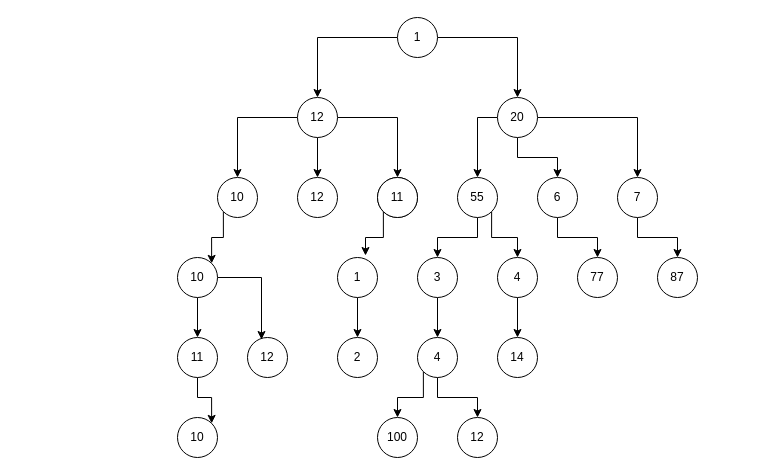
Luchit0-afk/Diagramas keeps this draw.io diagram as Arbol.drawio. Above is the earlier version. Source tidied: cells renumbered, new cells numbered last; positions are measured from the earlier drawing's top-left corner, leaving out a move shared by most shapes. Both pictures are drawn from the tidied source at 100%, with x=0, y=0 at pixel (177, 17).
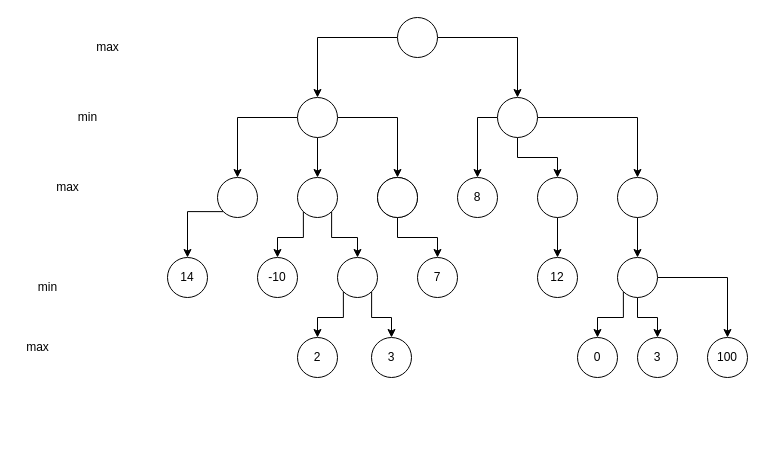
The same page after the edit.

What changed in the source:
```diff
@@
-    <mxCell id="5" value="12" style="ellipse;whiteSpace=wrap;html=1;" parent="1" vertex="1">
+    <mxCell id="5" style="ellipse;whiteSpace=wrap;html=1;" parent="1" vertex="1">
       <mxGeometry x="120" y="80" width="40" height="40" as="geometry" />
     </mxCell>
@@
-    <mxCell id="8" value="1" style="ellipse;whiteSpace=wrap;html=1;" parent="1" vertex="1">
+    <mxCell id="8" style="ellipse;whiteSpace=wrap;html=1;" parent="1" vertex="1">
       <mxGeometry x="220" width="40" height="40" as="geometry" />
     </mxCell>
@@
-    <mxCell id="12" value="20" style="ellipse;whiteSpace=wrap;html=1;" parent="1" vertex="1">
+    <mxCell id="12" style="ellipse;whiteSpace=wrap;html=1;" parent="1" vertex="1">
       <mxGeometry x="320" y="80" width="40" height="40" as="geometry" />
     </mxCell>
-    <mxCell id="13" style="edgeStyle=orthogonalEdgeStyle;rounded=0;jettySize=auto;html=1;exitX=0;exitY=1;exitDx=0;exitDy=0;entryX=1;entryY=0;entryDx=0;entryDy=0;" parent="1" edge="1" source="14" target="31">
-      <mxGeometry relative="1" as="geometry" />
-    </mxCell>
+    <mxCell id="48" style="edgeStyle=orthogonalEdgeStyle;rounded=0;jettySize=auto;html=1;exitX=0;exitY=1;exitDx=0;exitDy=0;entryX=0.5;entryY=0;entryDx=0;entryDy=0;" parent="1" edge="1" source="14" target="38">
+      <mxGeometry relative="1" as="geometry" />
+    </mxCell>
-    <mxCell id="14" value="10" style="ellipse;whiteSpace=wrap;html=1;" parent="1" vertex="1">
+    <mxCell id="14" style="ellipse;whiteSpace=wrap;html=1;" parent="1" vertex="1">
       <mxGeometry x="40" y="160" width="40" height="40" as="geometry" />
     </mxCell>
+    <mxCell id="49" style="edgeStyle=orthogonalEdgeStyle;rounded=0;jettySize=auto;html=1;exitX=0;exitY=1;exitDx=0;exitDy=0;entryX=0.5;entryY=0;entryDx=0;entryDy=0;" parent="1" edge="1" source="15" target="56">
+      <mxGeometry relative="1" as="geometry" />
+    </mxCell>
+    <mxCell id="50" style="edgeStyle=orthogonalEdgeStyle;rounded=0;jettySize=auto;html=1;exitX=1;exitY=1;exitDx=0;exitDy=0;entryX=0.5;entryY=0;entryDx=0;entryDy=0;" parent="1" edge="1" source="15" target="59">
+      <mxGeometry relative="1" as="geometry" />
+    </mxCell>
-    <mxCell id="15" value="12" style="ellipse;whiteSpace=wrap;html=1;" parent="1" vertex="1">
+    <mxCell id="15" style="ellipse;whiteSpace=wrap;html=1;" parent="1" vertex="1">
       <mxGeometry x="120" y="160" width="40" height="40" as="geometry" />
     </mxCell>
@@
-    <mxCell id="17" style="edgeStyle=orthogonalEdgeStyle;rounded=0;jettySize=auto;html=1;exitX=0.5;exitY=1;exitDx=0;exitDy=0;entryX=0.5;entryY=0;entryDx=0;entryDy=0;" parent="1" edge="1" source="19" target="33">
-      <mxGeometry relative="1" as="geometry" />
-    </mxCell>
-    <mxCell id="18" style="edgeStyle=orthogonalEdgeStyle;rounded=0;jettySize=auto;html=1;exitX=1;exitY=1;exitDx=0;exitDy=0;" parent="1" edge="1" source="19" target="35">
-      <mxGeometry relative="1" as="geometry" />
-    </mxCell>
-    <mxCell id="19" value="55" style="ellipse;whiteSpace=wrap;html=1;" parent="1" vertex="1">
+    <mxCell id="19" value="8" style="ellipse;whiteSpace=wrap;html=1;" parent="1" vertex="1">
       <mxGeometry x="280" y="160" width="40" height="40" as="geometry" />
     </mxCell>
-    <mxCell id="20" style="edgeStyle=orthogonalEdgeStyle;rounded=0;jettySize=auto;html=1;exitX=0.5;exitY=1;exitDx=0;exitDy=0;entryX=0.5;entryY=0;entryDx=0;entryDy=0;" parent="1" edge="1" source="21" target="36">
-      <mxGeometry relative="1" as="geometry" />
-    </mxCell>
+    <mxCell id="51" style="edgeStyle=orthogonalEdgeStyle;rounded=0;jettySize=auto;html=1;exitX=0.5;exitY=1;exitDx=0;exitDy=0;" parent="1" edge="1" source="21" target="64">
+      <mxGeometry relative="1" as="geometry" />
+    </mxCell>
-    <mxCell id="21" value="6" style="ellipse;whiteSpace=wrap;html=1;" parent="1" vertex="1">
+    <mxCell id="21" style="ellipse;whiteSpace=wrap;html=1;" parent="1" vertex="1">
       <mxGeometry x="360" y="160" width="40" height="40" as="geometry" />
     </mxCell>
-    <mxCell id="22" style="edgeStyle=orthogonalEdgeStyle;rounded=0;jettySize=auto;html=1;exitX=0.5;exitY=1;exitDx=0;exitDy=0;entryX=0.5;entryY=0;entryDx=0;entryDy=0;" parent="1" edge="1" source="23" target="37">
-      <mxGeometry relative="1" as="geometry" />
-    </mxCell>
+    <mxCell id="52" style="edgeStyle=orthogonalEdgeStyle;rounded=0;jettySize=auto;html=1;exitX=0.5;exitY=1;exitDx=0;exitDy=0;entryX=0.5;entryY=0;entryDx=0;entryDy=0;" parent="1" edge="1" source="23" target="63">
+      <mxGeometry relative="1" as="geometry" />
+    </mxCell>
-    <mxCell id="23" value="7" style="ellipse;whiteSpace=wrap;html=1;" parent="1" vertex="1">
+    <mxCell id="23" style="ellipse;whiteSpace=wrap;html=1;" parent="1" vertex="1">
       <mxGeometry x="440" y="160" width="40" height="40" as="geometry" />
     </mxCell>
-    <mxCell id="24" style="edgeStyle=orthogonalEdgeStyle;rounded=0;jettySize=auto;html=1;exitX=0;exitY=1;exitDx=0;exitDy=0;entryX=0.7;entryY=-0.05;entryDx=0;entryDy=0;entryPerimeter=0;" parent="1" edge="1" source="25" target="27">
-      <mxGeometry relative="1" as="geometry" />
-    </mxCell>
+    <mxCell id="53" style="edgeStyle=orthogonalEdgeStyle;rounded=0;jettySize=auto;html=1;exitX=0.5;exitY=1;exitDx=0;exitDy=0;entryX=0.5;entryY=0;entryDx=0;entryDy=0;" parent="1" edge="1" source="25" target="65">
+      <mxGeometry relative="1" as="geometry" />
+    </mxCell>
-    <mxCell id="25" value="11" style="ellipse;whiteSpace=wrap;html=1;" parent="1" vertex="1">
+    <mxCell id="25" style="ellipse;whiteSpace=wrap;html=1;" parent="1" vertex="1">
       <mxGeometry x="200" y="160" width="40" height="40" as="geometry" />
     </mxCell>
-    <mxCell id="26" style="edgeStyle=orthogonalEdgeStyle;rounded=0;jettySize=auto;html=1;exitX=0.5;exitY=1;exitDx=0;exitDy=0;" parent="1" edge="1" source="27" target="42">
-      <mxGeometry relative="1" as="geometry" />
-    </mxCell>
-    <mxCell id="27" value="1" style="ellipse;whiteSpace=wrap;html=1;" parent="1" vertex="1">
-      <mxGeometry x="160" y="240" width="40" height="40" as="geometry" />
-    </mxCell>
-    <mxCell id="28" value="12" style="ellipse;whiteSpace=wrap;html=1;" parent="1" vertex="1">
-      <mxGeometry x="70" y="320" width="40" height="40" as="geometry" />
-    </mxCell>
-    <mxCell id="29" style="edgeStyle=orthogonalEdgeStyle;rounded=0;jettySize=auto;html=1;exitX=0.5;exitY=1;exitDx=0;exitDy=0;entryX=0.5;entryY=0;entryDx=0;entryDy=0;" parent="1" edge="1" source="31" target="45">
-      <mxGeometry relative="1" as="geometry" />
-    </mxCell>
-    <mxCell id="30" style="edgeStyle=orthogonalEdgeStyle;rounded=0;jettySize=auto;html=1;exitX=1;exitY=0.5;exitDx=0;exitDy=0;entryX=0.35;entryY=0.05;entryDx=0;entryDy=0;entryPerimeter=0;" parent="1" edge="1" source="31" target="28">
-      <mxGeometry relative="1" as="geometry" />
-    </mxCell>
-    <mxCell id="31" value="10" style="ellipse;whiteSpace=wrap;html=1;" parent="1" vertex="1">
-      <mxGeometry y="240" width="40" height="40" as="geometry" />
-    </mxCell>
-    <mxCell id="32" style="edgeStyle=orthogonalEdgeStyle;rounded=0;jettySize=auto;html=1;exitX=0.5;exitY=1;exitDx=0;exitDy=0;entryX=0.5;entryY=0;entryDx=0;entryDy=0;" parent="1" edge="1" source="33" target="41">
-      <mxGeometry relative="1" as="geometry" />
-    </mxCell>
-    <mxCell id="33" value="3" style="ellipse;whiteSpace=wrap;html=1;" parent="1" vertex="1">
-      <mxGeometry x="240" y="240" width="40" height="40" as="geometry" />
-    </mxCell>
-    <mxCell id="34" style="edgeStyle=orthogonalEdgeStyle;rounded=0;jettySize=auto;html=1;exitX=0.5;exitY=1;exitDx=0;exitDy=0;entryX=0.5;entryY=0;entryDx=0;entryDy=0;" parent="1" edge="1" source="35" target="38">
-      <mxGeometry relative="1" as="geometry" />
-    </mxCell>
-    <mxCell id="35" value="4" style="ellipse;whiteSpace=wrap;html=1;" parent="1" vertex="1">
-      <mxGeometry x="320" y="240" width="40" height="40" as="geometry" />
-    </mxCell>
-    <mxCell id="36" value="77" style="ellipse;whiteSpace=wrap;html=1;" parent="1" vertex="1">
-      <mxGeometry x="400" y="240" width="40" height="40" as="geometry" />
-    </mxCell>
-    <mxCell id="37" value="87" style="ellipse;whiteSpace=wrap;html=1;" parent="1" vertex="1">
-      <mxGeometry x="480" y="240" width="40" height="40" as="geometry" />
-    </mxCell>
+    <mxCell id="54" value="min" style="text;html=1;align=center;verticalAlign=middle;strokeColor=none;" parent="1" vertex="1">
+      <mxGeometry x="-105" y="90" width="30" height="20" as="geometry" />
+    </mxCell>
+    <mxCell id="55" value="max" style="text;html=1;align=center;verticalAlign=middle;strokeColor=none;" parent="1" vertex="1">
+      <mxGeometry x="-90" y="20" width="40" height="20" as="geometry" />
+    </mxCell>
     <mxCell id="38" value="14" style="ellipse;whiteSpace=wrap;html=1;" parent="1" vertex="1">
-      <mxGeometry x="320" y="320" width="40" height="40" as="geometry" />
+      <mxGeometry x="-10" y="240" width="40" height="40" as="geometry" />
     </mxCell>
-    <mxCell id="39" style="edgeStyle=orthogonalEdgeStyle;rounded=0;jettySize=auto;html=1;exitX=0.5;exitY=1;exitDx=0;exitDy=0;" parent="1" edge="1" source="41" target="47">
-      <mxGeometry relative="1" as="geometry" />
-    </mxCell>
-    <mxCell id="40" style="edgeStyle=orthogonalEdgeStyle;rounded=0;jettySize=auto;html=1;exitX=0;exitY=1;exitDx=0;exitDy=0;entryX=0.5;entryY=0;entryDx=0;entryDy=0;" parent="1" edge="1" source="41" target="46">
-      <mxGeometry relative="1" as="geometry" />
-    </mxCell>
-    <mxCell id="41" value="4" style="ellipse;whiteSpace=wrap;html=1;" parent="1" vertex="1">
-      <mxGeometry x="240" y="320" width="40" height="40" as="geometry" />
-    </mxCell>
+    <mxCell id="56" value="-10" style="ellipse;whiteSpace=wrap;html=1;" parent="1" vertex="1">
+      <mxGeometry x="80" y="240" width="40" height="40" as="geometry" />
+    </mxCell>
+    <mxCell id="57" style="edgeStyle=orthogonalEdgeStyle;rounded=0;jettySize=auto;html=1;exitX=0;exitY=1;exitDx=0;exitDy=0;entryX=0.5;entryY=0;entryDx=0;entryDy=0;" parent="1" edge="1" source="59" target="42">
+      <mxGeometry relative="1" as="geometry" />
+    </mxCell>
+    <mxCell id="58" style="edgeStyle=orthogonalEdgeStyle;rounded=0;jettySize=auto;html=1;exitX=1;exitY=1;exitDx=0;exitDy=0;entryX=0.5;entryY=0;entryDx=0;entryDy=0;" parent="1" edge="1" source="59" target="66">
+      <mxGeometry relative="1" as="geometry" />
+    </mxCell>
+    <mxCell id="59" style="ellipse;whiteSpace=wrap;html=1;" parent="1" vertex="1">
+      <mxGeometry x="160" y="240" width="40" height="40" as="geometry" />
+    </mxCell>
+    <mxCell id="60" style="edgeStyle=orthogonalEdgeStyle;rounded=0;jettySize=auto;html=1;exitX=0;exitY=1;exitDx=0;exitDy=0;entryX=0.5;entryY=0;entryDx=0;entryDy=0;" parent="1" edge="1" source="63" target="67">
+      <mxGeometry relative="1" as="geometry" />
+    </mxCell>
+    <mxCell id="61" style="edgeStyle=orthogonalEdgeStyle;rounded=0;jettySize=auto;html=1;exitX=0.5;exitY=1;exitDx=0;exitDy=0;entryX=0.5;entryY=0;entryDx=0;entryDy=0;" parent="1" edge="1" source="63" target="68">
+      <mxGeometry relative="1" as="geometry" />
+    </mxCell>
+    <mxCell id="62" style="edgeStyle=orthogonalEdgeStyle;rounded=0;jettySize=auto;html=1;exitX=1;exitY=0.5;exitDx=0;exitDy=0;entryX=0.5;entryY=0;entryDx=0;entryDy=0;" parent="1" edge="1" source="63" target="46">
+      <mxGeometry relative="1" as="geometry" />
+    </mxCell>
+    <mxCell id="63" style="ellipse;whiteSpace=wrap;html=1;" parent="1" vertex="1">
+      <mxGeometry x="440" y="240" width="40" height="40" as="geometry" />
+    </mxCell>
+    <mxCell id="64" value="12" style="ellipse;whiteSpace=wrap;html=1;" parent="1" vertex="1">
+      <mxGeometry x="360" y="240" width="40" height="40" as="geometry" />
+    </mxCell>
+    <mxCell id="65" value="7" style="ellipse;whiteSpace=wrap;html=1;" parent="1" vertex="1">
+      <mxGeometry x="240" y="240" width="40" height="40" as="geometry" />
+    </mxCell>
+    <mxCell id="66" value="3" style="ellipse;whiteSpace=wrap;html=1;" parent="1" vertex="1">
+      <mxGeometry x="194" y="320" width="40" height="40" as="geometry" />
+    </mxCell>
     <mxCell id="42" value="2" style="ellipse;whiteSpace=wrap;html=1;" parent="1" vertex="1">
-      <mxGeometry x="160" y="320" width="40" height="40" as="geometry" />
+      <mxGeometry x="120" y="320" width="40" height="40" as="geometry" />
     </mxCell>
-    <mxCell id="43" value="10" style="ellipse;whiteSpace=wrap;html=1;" parent="1" vertex="1">
-      <mxGeometry y="400" width="40" height="40" as="geometry" />
-    </mxCell>
-    <mxCell id="44" style="edgeStyle=orthogonalEdgeStyle;rounded=0;jettySize=auto;html=1;exitX=0.5;exitY=1;exitDx=0;exitDy=0;entryX=1;entryY=0;entryDx=0;entryDy=0;" parent="1" edge="1" source="45" target="43">
-      <mxGeometry relative="1" as="geometry" />
-    </mxCell>
-    <mxCell id="45" value="11" style="ellipse;whiteSpace=wrap;html=1;" parent="1" vertex="1">
-      <mxGeometry y="320" width="40" height="40" as="geometry" />
-    </mxCell>
+    <mxCell id="67" value="0" style="ellipse;whiteSpace=wrap;html=1;" parent="1" vertex="1">
+      <mxGeometry x="400" y="320" width="40" height="40" as="geometry" />
+    </mxCell>
     <mxCell id="46" value="100" style="ellipse;whiteSpace=wrap;html=1;" parent="1" vertex="1">
-      <mxGeometry x="200" y="400" width="40" height="40" as="geometry" />
+      <mxGeometry x="530" y="320" width="40" height="40" as="geometry" />
     </mxCell>
-    <mxCell id="47" value="12" style="ellipse;whiteSpace=wrap;html=1;" parent="1" vertex="1">
-      <mxGeometry x="280" y="400" width="40" height="40" as="geometry" />
-    </mxCell>
+    <mxCell id="68" value="3" style="ellipse;whiteSpace=wrap;html=1;" parent="1" vertex="1">
+      <mxGeometry x="460" y="320" width="40" height="40" as="geometry" />
+    </mxCell>
+    <mxCell id="69" value="max" style="text;html=1;align=center;verticalAlign=middle;strokeColor=none;" parent="1" vertex="1">
+      <mxGeometry x="-130" y="160" width="40" height="20" as="geometry" />
+    </mxCell>
+    <mxCell id="70" value="min" style="text;html=1;align=center;verticalAlign=middle;strokeColor=none;" parent="1" vertex="1">
+      <mxGeometry x="-145" y="260" width="30" height="20" as="geometry" />
+    </mxCell>
+    <mxCell id="71" value="max" style="text;html=1;align=center;verticalAlign=middle;strokeColor=none;" parent="1" vertex="1">
+      <mxGeometry x="-160" y="320" width="40" height="20" as="geometry" />
+    </mxCell>
```
